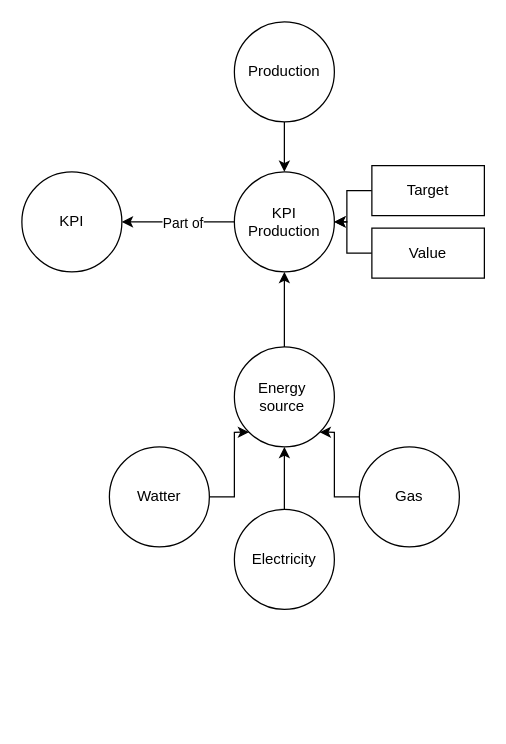
This is documentation/kpi.drawio from IvoRum/Task-Sync, a draw.io file, before an edit. Source tidied: cells renumbered, new cells numbered last; positions are measured from the earlier drawing's top-left corner, leaving out a move shared by most shapes. Both pictures are drawn from the tidied source at 125%, with x=0, y=0 at pixel (21, 21).
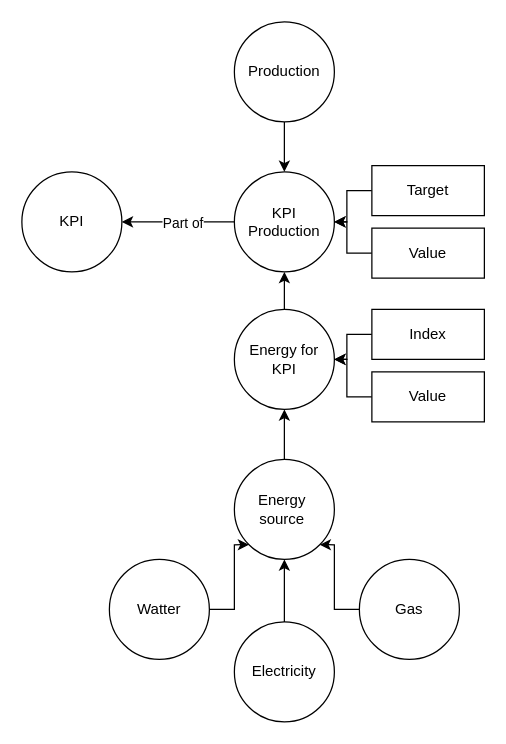
After the change.

The change refers to these unchanged cells:
```xml
<mxCell id="15" value="KPI&lt;div&gt;Production&lt;/div&gt;" style="ellipse;whiteSpace=wrap;html=1;" parent="1" vertex="1">
  <mxGeometry x="170" y="120" width="80" height="80" as="geometry" />
</mxCell>
```

Change to the diagram source:
```diff
@@
-    <mxCell id="2" style="edgeStyle=orthogonalEdgeStyle;rounded=0;jettySize=auto;html=1;entryX=0.5;entryY=1;entryDx=0;entryDy=0;" parent="1" edge="1" source="3" target="15">
-      <mxGeometry relative="1" as="geometry" />
-    </mxCell>
+    <mxCell id="20" style="edgeStyle=orthogonalEdgeStyle;rounded=0;jettySize=auto;html=1;entryX=0.5;entryY=1;entryDx=0;entryDy=0;" parent="1" edge="1" source="3" target="22">
+      <mxGeometry relative="1" as="geometry" />
+    </mxCell>
     <mxCell id="3" value="Energy&amp;nbsp;&lt;div&gt;source&amp;nbsp;&lt;/div&gt;" style="ellipse;whiteSpace=wrap;html=1;" parent="1" vertex="1">
-      <mxGeometry x="170" y="260" width="80" height="80" as="geometry" />
+      <mxGeometry x="170" y="350" width="80" height="80" as="geometry" />
     </mxCell>
@@
     <mxCell id="5" value="Watter" style="ellipse;whiteSpace=wrap;html=1;" parent="1" vertex="1">
-      <mxGeometry x="70" y="340" width="80" height="80" as="geometry" />
+      <mxGeometry x="70" y="430" width="80" height="80" as="geometry" />
     </mxCell>
@@
     <mxCell id="7" value="Electricity" style="ellipse;whiteSpace=wrap;html=1;" parent="1" vertex="1">
-      <mxGeometry x="170" y="390" width="80" height="80" as="geometry" />
+      <mxGeometry x="170" y="480" width="80" height="80" as="geometry" />
     </mxCell>
@@
     <mxCell id="9" value="Gas" style="ellipse;whiteSpace=wrap;html=1;" parent="1" vertex="1">
-      <mxGeometry x="270" y="340" width="80" height="80" as="geometry" />
+      <mxGeometry x="270" y="430" width="80" height="80" as="geometry" />
     </mxCell>
@@
+    <mxCell id="21" style="edgeStyle=orthogonalEdgeStyle;rounded=0;jettySize=auto;html=1;entryX=0.5;entryY=1;entryDx=0;entryDy=0;" parent="1" edge="1" source="22" target="15">
+      <mxGeometry relative="1" as="geometry" />
+    </mxCell>
+    <mxCell id="22" value="Energy for&lt;div&gt;KPI&lt;/div&gt;" style="ellipse;whiteSpace=wrap;html=1;" parent="1" vertex="1">
+      <mxGeometry x="170" y="230" width="80" height="80" as="geometry" />
+    </mxCell>
+    <mxCell id="23" style="edgeStyle=orthogonalEdgeStyle;rounded=0;jettySize=auto;html=1;entryX=1;entryY=0.5;entryDx=0;entryDy=0;" parent="1" edge="1" source="24" target="22">
+      <mxGeometry relative="1" as="geometry" />
+    </mxCell>
+    <mxCell id="24" value="Index" style="rounded=0;whiteSpace=wrap;html=1;" parent="1" vertex="1">
+      <mxGeometry x="280" y="230" width="90" height="40" as="geometry" />
+    </mxCell>
+    <mxCell id="25" style="edgeStyle=orthogonalEdgeStyle;rounded=0;jettySize=auto;html=1;entryX=1;entryY=0.5;entryDx=0;entryDy=0;" parent="1" edge="1" source="26" target="22">
+      <mxGeometry relative="1" as="geometry" />
+    </mxCell>
+    <mxCell id="26" value="Value" style="rounded=0;whiteSpace=wrap;html=1;" parent="1" vertex="1">
+      <mxGeometry x="280" y="280" width="90" height="40" as="geometry" />
+    </mxCell>
```
